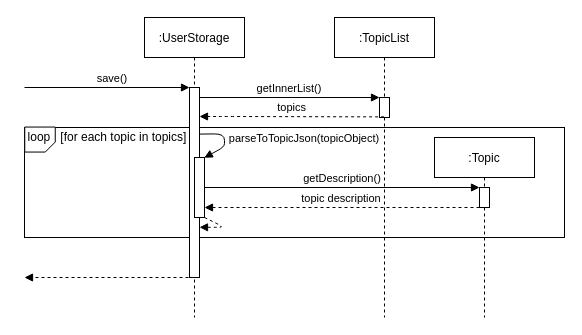
Earlier version of the draw.io diagram docs/diagrams/UserStorage_save.drawio (nus-cs2113-AY2021S1/tp). Source tidied: cells renumbered, new cells numbered last; positions are measured from the earlier drawing's top-left corner, leaving out a move shared by most shapes. Both pictures are drawn from the tidied source at 100%, with x=0, y=0 at pixel (22, 17).
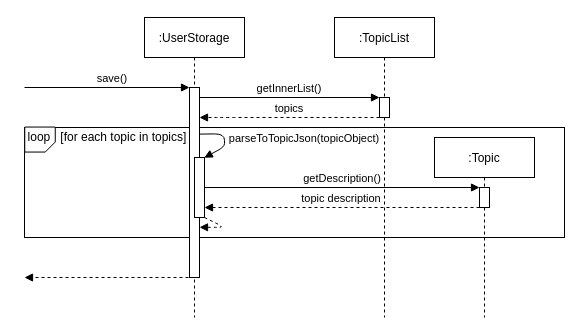
Above is the later version.

Commit message (it also covers changes not shown here):
Fix arrow in diagram

The change refers to these unchanged cells:
```xml
<mxCell id="6" style="points=[];perimeter=orthogonalPerimeter;rounded=0;shadow=0;strokeWidth=1;" parent="5" vertex="1">
  <mxGeometry x="45" y="70" width="10" height="190" as="geometry" />
</mxCell>
<mxCell id="10" style="points=[];perimeter=orthogonalPerimeter;rounded=0;shadow=0;strokeWidth=1;" parent="9" vertex="1">
  <mxGeometry x="45" y="80" width="10" height="20" as="geometry" />
</mxCell>
```

What changed in the source:
```diff
@@
-    <mxCell id="12" value="topics" style="verticalAlign=bottom;endArrow=block;shadow=0;strokeWidth=1;dashed=1;exitX=0.462;exitY=0.969;exitDx=0;exitDy=0;exitPerimeter=0;" parent="1" edge="1" source="10" target="6">
+    <mxCell id="12" value="topics" style="verticalAlign=bottom;endArrow=block;shadow=0;strokeWidth=1;dashed=1;" parent="1" edge="1">
       <mxGeometry relative="1" as="geometry">
+        <mxPoint x="357" y="100" as="sourcePoint" />
+        <mxPoint x="177" y="100" as="targetPoint" />
         <Array as="points">
-          <mxPoint x="202" y="99" />
+          <mxPoint x="202" y="100" />
         </Array>
       </mxGeometry>
     </mxCell>
```
